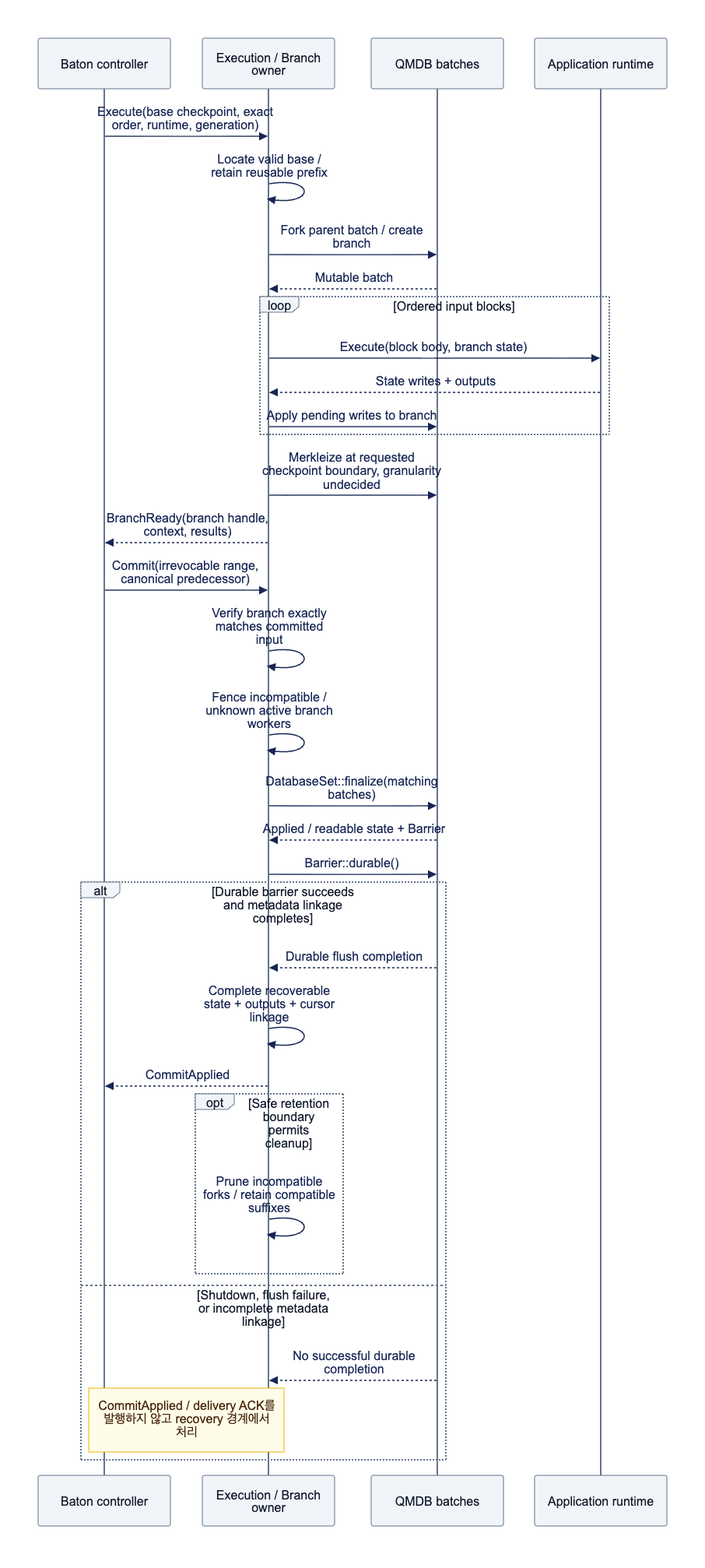
Before: assets/diagrams/diagram-09.png, a diagram exported from Mermaid (djm07073/baton-research). Its source is kept beside it as assets/diagrams/diagram-09.mmd.
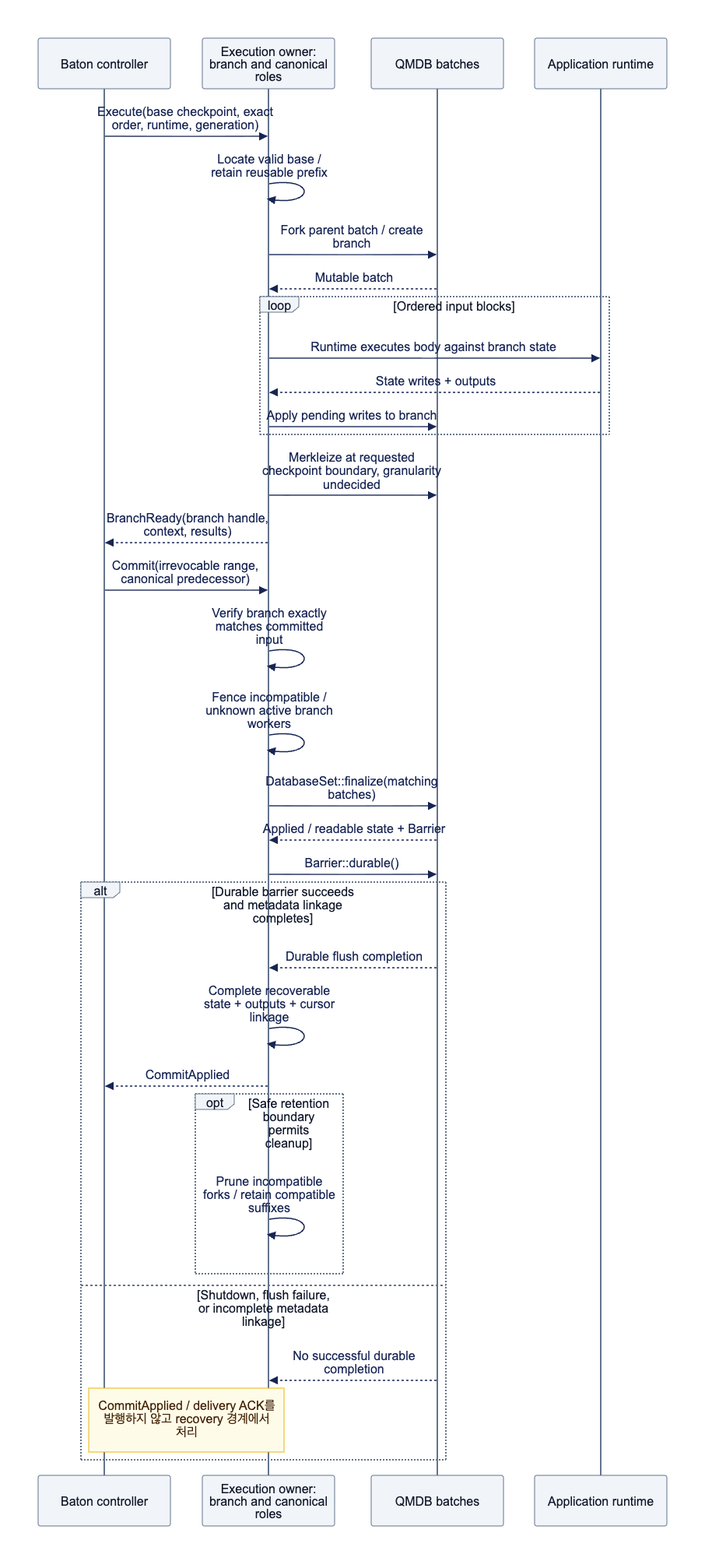
The same diagram one commit later.

What changed in the source:
```diff
@@ -1,6 +1,6 @@
 sequenceDiagram
     participant B as Baton controller
-    participant O as Execution / Branch owner
+    participant O as Execution owner: branch and canonical roles
     participant Q as QMDB batches
     participant A as Application runtime
     B->>O: Execute(base checkpoint, exact order, runtime, generation)
@@ -8,7 +8,7 @@
     O->>Q: Fork parent batch / create branch
     Q-->>O: Mutable batch
     loop Ordered input blocks
-        O->>A: Execute(block body, branch state)
+        O->>A: Runtime executes body against branch state
         A-->>O: State writes + outputs
         O->>Q: Apply pending writes to branch
     end
```
